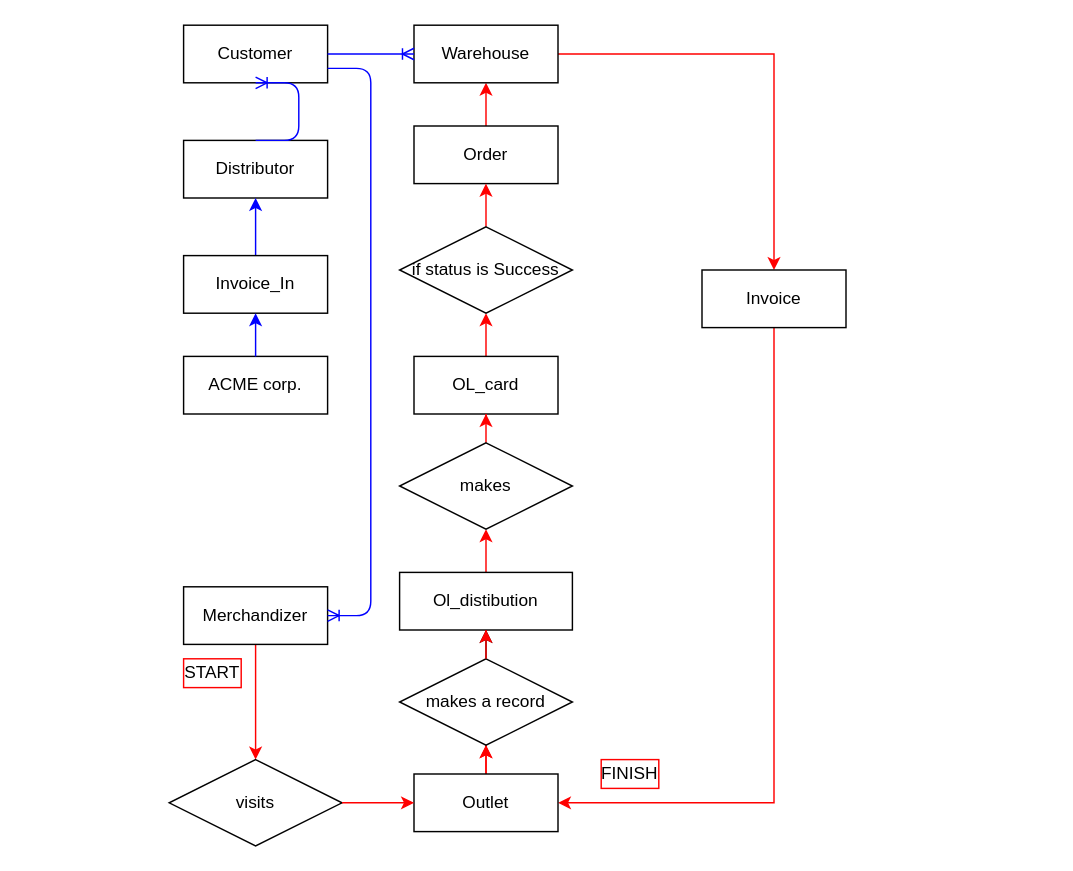
Emma664/World-population keeps this draw.io diagram as Business process.drawio. Above is the earlier version. Source tidied: cells renumbered, new cells numbered last; positions are measured from the earlier drawing's top-left corner, leaving out a move shared by most shapes. Both pictures are drawn from the tidied source at 144%, with x=0, y=0 at pixel (168, 24).
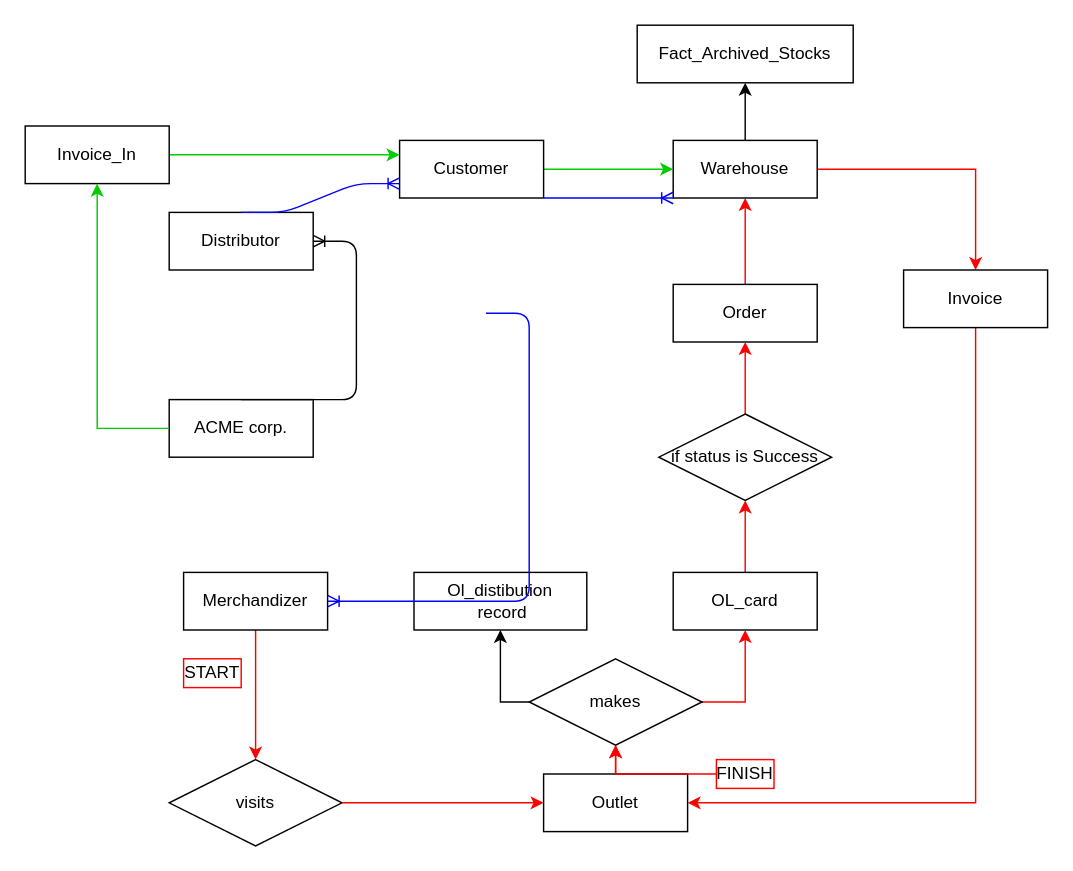
After the change.

Change to the diagram source:
```diff
@@
     <mxCell id="3" value="Merchandizer" style="whiteSpace=wrap;html=1;align=center;" parent="1" vertex="1">
-      <mxGeometry x="10" y="390" width="100" height="40" as="geometry" />
+      <mxGeometry x="10" y="380" width="100" height="40" as="geometry" />
     </mxCell>
-    <mxCell id="4" style="edgeStyle=orthogonalEdgeStyle;rounded=0;jettySize=auto;html=1;strokeColor=#FF0000;" parent="1" edge="1" source="29" target="14">
-      <mxGeometry relative="1" as="geometry" />
-    </mxCell>
-    <mxCell id="5" style="edgeStyle=orthogonalEdgeStyle;rounded=0;jettySize=auto;html=1;entryX=0.5;entryY=1;entryDx=0;entryDy=0;strokeColor=#FF0000;" parent="1" edge="1" source="6" target="16">
+    <mxCell id="5" style="edgeStyle=orthogonalEdgeStyle;rounded=0;jettySize=auto;html=1;strokeColor=#FF0000;" parent="1" edge="1" source="6" target="16">
       <mxGeometry relative="1" as="geometry" />
     </mxCell>
     <mxCell id="6" value="OL_card" style="whiteSpace=wrap;html=1;align=center;" parent="1" vertex="1">
-      <mxGeometry x="170" y="230" width="100" height="40" as="geometry" />
+      <mxGeometry x="350" y="380" width="100" height="40" as="geometry" />
     </mxCell>
@@
     <mxCell id="8" value="Order" style="whiteSpace=wrap;html=1;align=center;" parent="1" vertex="1">
-      <mxGeometry x="170" y="70" width="100" height="40" as="geometry" />
+      <mxGeometry x="350" y="180" width="100" height="40" as="geometry" />
     </mxCell>
@@
+    <mxCell id="37" style="edgeStyle=orthogonalEdgeStyle;rounded=0;jettySize=auto;html=1;strokeColor=#000000;" parent="1" edge="1" source="10" target="43">
+      <mxGeometry relative="1" as="geometry" />
+    </mxCell>
     <mxCell id="10" value="Warehouse" style="whiteSpace=wrap;html=1;align=center;" parent="1" vertex="1">
-      <mxGeometry x="170" width="100" height="40" as="geometry" />
+      <mxGeometry x="350" y="80" width="100" height="40" as="geometry" />
     </mxCell>
-    <mxCell id="11" style="edgeStyle=orthogonalEdgeStyle;rounded=0;jettySize=auto;html=1;strokeColor=#FF0000;" parent="1" edge="1" source="29" target="14">
+    <mxCell id="11" style="edgeStyle=orthogonalEdgeStyle;rounded=0;jettySize=auto;html=1;strokeColor=#FF0000;entryX=0.5;entryY=1;entryDx=0;entryDy=0;" parent="1" edge="1" source="29" target="21">
       <mxGeometry relative="1" as="geometry" />
     </mxCell>
@@
-    <mxCell id="13" style="edgeStyle=orthogonalEdgeStyle;rounded=0;jettySize=auto;html=1;" parent="1" edge="1" source="14" target="18">
-      <mxGeometry relative="1" as="geometry" />
-    </mxCell>
-    <mxCell id="14" value="makes a record" style="shape=rhombus;perimeter=rhombusPerimeter;whiteSpace=wrap;html=1;align=center;" parent="1" vertex="1">
-      <mxGeometry x="160" y="440" width="120" height="60" as="geometry" />
-    </mxCell>
-    <mxCell id="15" style="edgeStyle=orthogonalEdgeStyle;rounded=0;jettySize=auto;html=1;strokeColor=#FF0000;" parent="1" edge="1" source="16">
-      <mxGeometry relative="1" as="geometry">
-        <mxPoint x="220" y="110" as="targetPoint" />
-      </mxGeometry>
+    <mxCell id="15" style="edgeStyle=orthogonalEdgeStyle;rounded=0;jettySize=auto;html=1;strokeColor=#FF0000;entryX=0.5;entryY=1;entryDx=0;entryDy=0;" parent="1" edge="1" source="16" target="8">
+      <mxGeometry relative="1" as="geometry" />
     </mxCell>
     <mxCell id="16" value="if status is Success" style="shape=rhombus;perimeter=rhombusPerimeter;whiteSpace=wrap;html=1;align=center;" parent="1" vertex="1">
-      <mxGeometry x="160" y="140" width="120" height="60" as="geometry" />
+      <mxGeometry x="340" y="270" width="120" height="60" as="geometry" />
     </mxCell>
-    <mxCell id="17" style="edgeStyle=orthogonalEdgeStyle;rounded=0;jettySize=auto;html=1;strokeColor=#FF0000;" parent="1" edge="1" source="18" target="21">
-      <mxGeometry relative="1" as="geometry" />
-    </mxCell>
-    <mxCell id="18" value="Ol_distibution" style="whiteSpace=wrap;html=1;" parent="1" vertex="1">
-      <mxGeometry x="160" y="380" width="120" height="40" as="geometry" />
+    <mxCell id="18" value="Ol_distibution&lt;br&gt;&amp;nbsp;record" style="whiteSpace=wrap;html=1;" parent="1" vertex="1">
+      <mxGeometry x="170" y="380" width="120" height="40" as="geometry" />
     </mxCell>
-    <mxCell id="19" style="edgeStyle=orthogonalEdgeStyle;rounded=0;jettySize=auto;html=1;strokeColor=#FF0000;" parent="1" edge="1" source="14" target="18">
-      <mxGeometry relative="1" as="geometry" />
-    </mxCell>
+    <mxCell id="38" style="edgeStyle=orthogonalEdgeStyle;rounded=0;jettySize=auto;html=1;strokeColor=#000000;entryX=0.5;entryY=1;entryDx=0;entryDy=0;" parent="1" edge="1" source="21" target="18">
+      <mxGeometry relative="1" as="geometry">
+        <Array as="points">
+          <mxPoint x="230" y="470" />
+        </Array>
+      </mxGeometry>
+    </mxCell>
     <mxCell id="20" style="edgeStyle=orthogonalEdgeStyle;rounded=0;jettySize=auto;html=1;strokeColor=#FF0000;entryX=0.5;entryY=1;entryDx=0;entryDy=0;" parent="1" edge="1" source="21" target="6">
-      <mxGeometry relative="1" as="geometry" />
+      <mxGeometry relative="1" as="geometry">
+        <Array as="points">
+          <mxPoint x="400" y="470" />
+        </Array>
+      </mxGeometry>
     </mxCell>
     <mxCell id="21" value="makes" style="shape=rhombus;perimeter=rhombusPerimeter;whiteSpace=wrap;html=1;align=center;" parent="1" vertex="1">
-      <mxGeometry x="160" y="290" width="120" height="60" as="geometry" />
+      <mxGeometry x="250" y="440" width="120" height="60" as="geometry" />
     </mxCell>
     <mxCell id="22" style="edgeStyle=orthogonalEdgeStyle;rounded=0;jettySize=auto;html=1;entryX=1;entryY=0.5;entryDx=0;entryDy=0;strokeColor=#FF0000;" parent="1" edge="1" source="23" target="29">
       <mxGeometry relative="1" as="geometry">
         <Array as="points">
-          <mxPoint x="420" y="540" />
+          <mxPoint x="560" y="540" />
         </Array>
       </mxGeometry>
     </mxCell>
     <mxCell id="23" value="Invoice" style="whiteSpace=wrap;html=1;align=center;" parent="1" vertex="1">
-      <mxGeometry x="370" y="170" width="100" height="40" as="geometry" />
+      <mxGeometry x="510" y="170" width="100" height="40" as="geometry" />
     </mxCell>
     <mxCell id="24" value="Distributor" style="whiteSpace=wrap;html=1;align=center;" parent="1" vertex="1">
-      <mxGeometry x="10" y="80" width="100" height="40" as="geometry" />
+      <mxGeometry y="130" width="100" height="40" as="geometry" />
     </mxCell>
+    <mxCell id="39" style="edgeStyle=orthogonalEdgeStyle;rounded=0;jettySize=auto;html=1;strokeColor=#00CC00;exitX=1;exitY=0.5;exitDx=0;exitDy=0;" parent="1" edge="1" source="25" target="10">
+      <mxGeometry relative="1" as="geometry" />
+    </mxCell>
     <mxCell id="25" value="Customer" style="whiteSpace=wrap;html=1;align=center;" parent="1" vertex="1">
-      <mxGeometry x="10" width="100" height="40" as="geometry" />
+      <mxGeometry x="160" y="80" width="100" height="40" as="geometry" />
     </mxCell>
-    <mxCell id="26" style="edgeStyle=entityRelationEdgeStyle;fontSize=12;html=1;endArrow=ERoneToMany;exitX=1;exitY=0.5;exitDx=0;exitDy=0;entryX=0;entryY=0.5;entryDx=0;entryDy=0;strokeColor=#0000FF;" parent="1" edge="1" source="25" target="10">
+    <mxCell id="26" style="edgeStyle=entityRelationEdgeStyle;fontSize=12;html=1;endArrow=ERoneToMany;entryX=0;entryY=1;entryDx=0;entryDy=0;strokeColor=#0000FF;exitX=1;exitY=1;exitDx=0;exitDy=0;" parent="1" edge="1" source="25" target="10">
       <mxGeometry relative="1" as="geometry" />
     </mxCell>
-    <mxCell id="27" style="edgeStyle=orthogonalEdgeStyle;rounded=0;jettySize=auto;html=1;strokeColor=#0000FF;" parent="1" edge="1" source="32" target="24">
-      <mxGeometry relative="1" as="geometry" />
-    </mxCell>
     <mxCell id="28" value="ACME corp." style="whiteSpace=wrap;html=1;align=center;" parent="1" vertex="1">
-      <mxGeometry x="10" y="230" width="100" height="40" as="geometry" />
+      <mxGeometry y="260" width="100" height="40" as="geometry" />
     </mxCell>
     <mxCell id="29" value="Outlet" style="whiteSpace=wrap;html=1;align=center;" parent="1" vertex="1">
-      <mxGeometry x="170" y="520" width="100" height="40" as="geometry" />
+      <mxGeometry x="260" y="520" width="100" height="40" as="geometry" />
     </mxCell>
@@
-    <mxCell id="31" style="edgeStyle=entityRelationEdgeStyle;fontSize=12;html=1;endArrow=ERoneToMany;strokeColor=#0000FF;exitX=1;exitY=0.75;exitDx=0;exitDy=0;" parent="1" edge="1" source="25" target="3">
-      <mxGeometry relative="1" as="geometry" />
+    <mxCell id="31" style="edgeStyle=entityRelationEdgeStyle;fontSize=12;html=1;endArrow=ERoneToMany;strokeColor=#0000FF;" parent="1" edge="1" target="3">
+      <mxGeometry relative="1" as="geometry">
+        <mxPoint x="220" y="200" as="sourcePoint" />
+      </mxGeometry>
     </mxCell>
+    <mxCell id="40" style="edgeStyle=orthogonalEdgeStyle;rounded=0;jettySize=auto;html=1;strokeColor=#00CC00;exitX=1;exitY=0.5;exitDx=0;exitDy=0;" parent="1" edge="1" source="32">
+      <mxGeometry relative="1" as="geometry">
+        <mxPoint x="160" y="90" as="targetPoint" />
+        <Array as="points">
+          <mxPoint x="160" y="90" />
+        </Array>
+      </mxGeometry>
+    </mxCell>
     <mxCell id="32" value="Invoice_In" style="whiteSpace=wrap;html=1;align=center;strokeColor=#000000;" parent="1" vertex="1">
-      <mxGeometry x="10" y="160" width="100" height="40" as="geometry" />
+      <mxGeometry x="-100" y="70" width="100" height="40" as="geometry" />
     </mxCell>
-    <mxCell id="33" style="edgeStyle=orthogonalEdgeStyle;rounded=0;jettySize=auto;html=1;strokeColor=#0000FF;" parent="1" edge="1" source="28" target="32">
-      <mxGeometry relative="1" as="geometry" />
+    <mxCell id="33" style="edgeStyle=orthogonalEdgeStyle;rounded=0;jettySize=auto;html=1;strokeColor=#00CC00;" parent="1" edge="1" source="28" target="32">
+      <mxGeometry relative="1" as="geometry">
+        <Array as="points">
+          <mxPoint x="-50" y="280" />
+        </Array>
+      </mxGeometry>
     </mxCell>
-    <mxCell id="34" style="edgeStyle=entityRelationEdgeStyle;fontSize=12;html=1;endArrow=ERoneToMany;strokeColor=#0000FF;exitX=0.5;exitY=0;exitDx=0;exitDy=0;entryX=0.5;entryY=1;entryDx=0;entryDy=0;" parent="1" edge="1" source="24" target="25">
+    <mxCell id="34" style="edgeStyle=entityRelationEdgeStyle;fontSize=12;html=1;endArrow=ERoneToMany;strokeColor=#0000FF;exitX=0.5;exitY=0;exitDx=0;exitDy=0;entryX=0;entryY=0.75;entryDx=0;entryDy=0;" parent="1" edge="1" source="24" target="25">
       <mxGeometry relative="1" as="geometry" />
     </mxCell>
@@
+    <mxCell id="41" style="edgeStyle=orthogonalEdgeStyle;rounded=0;jettySize=auto;html=1;strokeColor=#FF0000;" parent="1" edge="1" source="36" target="21">
+      <mxGeometry relative="1" as="geometry" />
+    </mxCell>
     <mxCell id="36" value="FINISH" style="text;html=1;strokeColor=#FF0000;fillColor=none;align=center;verticalAlign=middle;whiteSpace=wrap;rounded=0;" parent="1" vertex="1">
-      <mxGeometry x="300" y="510" width="40" height="20" as="geometry" />
+      <mxGeometry x="380" y="510" width="40" height="20" as="geometry" />
     </mxCell>
+    <mxCell id="42" style="edgeStyle=entityRelationEdgeStyle;fontSize=12;html=1;endArrow=ERoneToMany;exitX=0.5;exitY=0;exitDx=0;exitDy=0;" parent="1" edge="1" source="28" target="24">
+      <mxGeometry relative="1" as="geometry" />
+    </mxCell>
+    <mxCell id="43" value="Fact_Archived_Stocks" style="whiteSpace=wrap;html=1;align=center;" parent="1" vertex="1">
+      <mxGeometry x="325" width="150" height="40" as="geometry" />
+    </mxCell>
```
